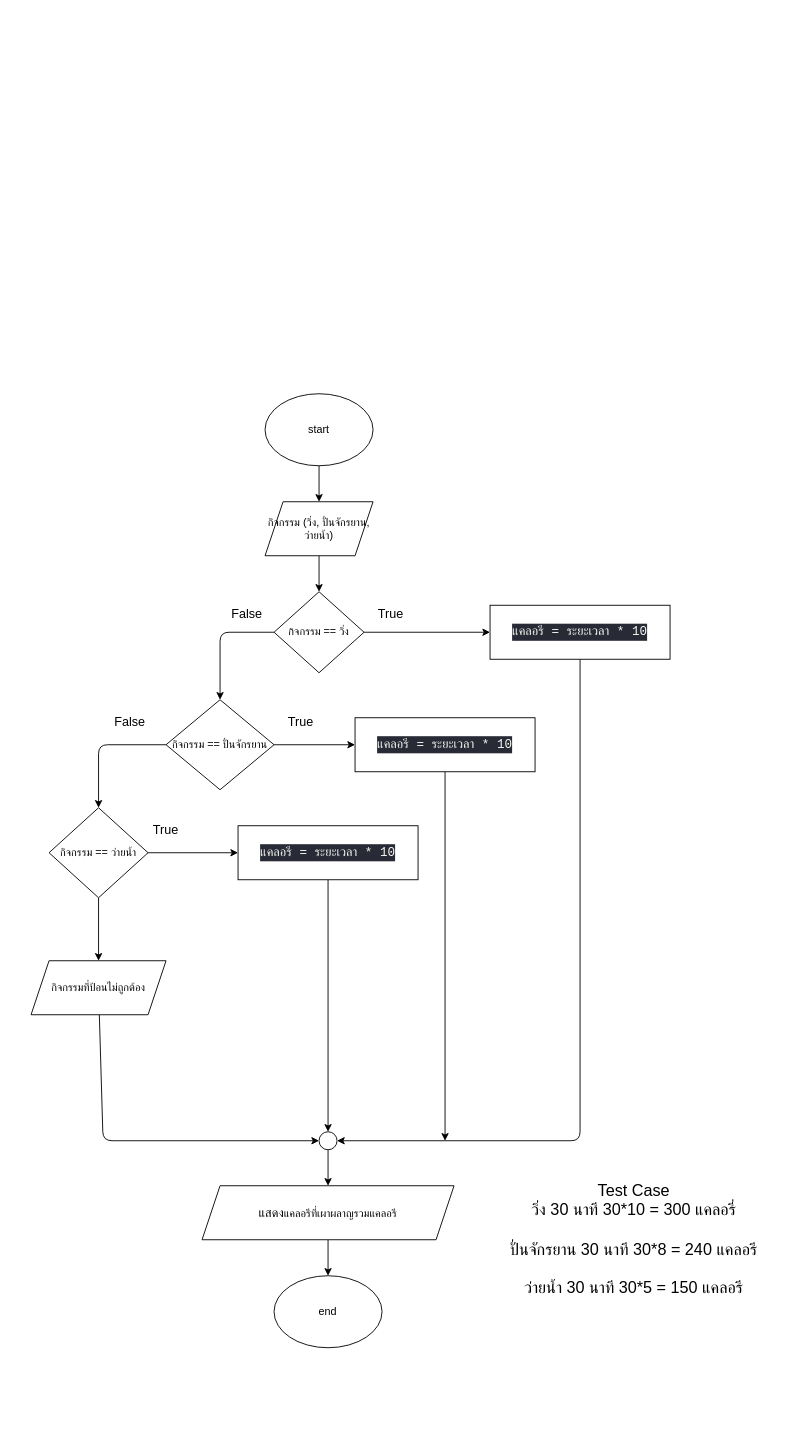
Above: TestSubTest/Test_6406022620070_1.drawio in RawipornS/ProblemSolving (draw.io), before the change. Source tidied: cells renumbered, new cells numbered last; positions are measured from the earlier drawing's top-left corner, leaving out a move shared by most shapes. Both pictures are drawn from the tidied source at 90%, with x=0, y=0 at pixel (31, 393).
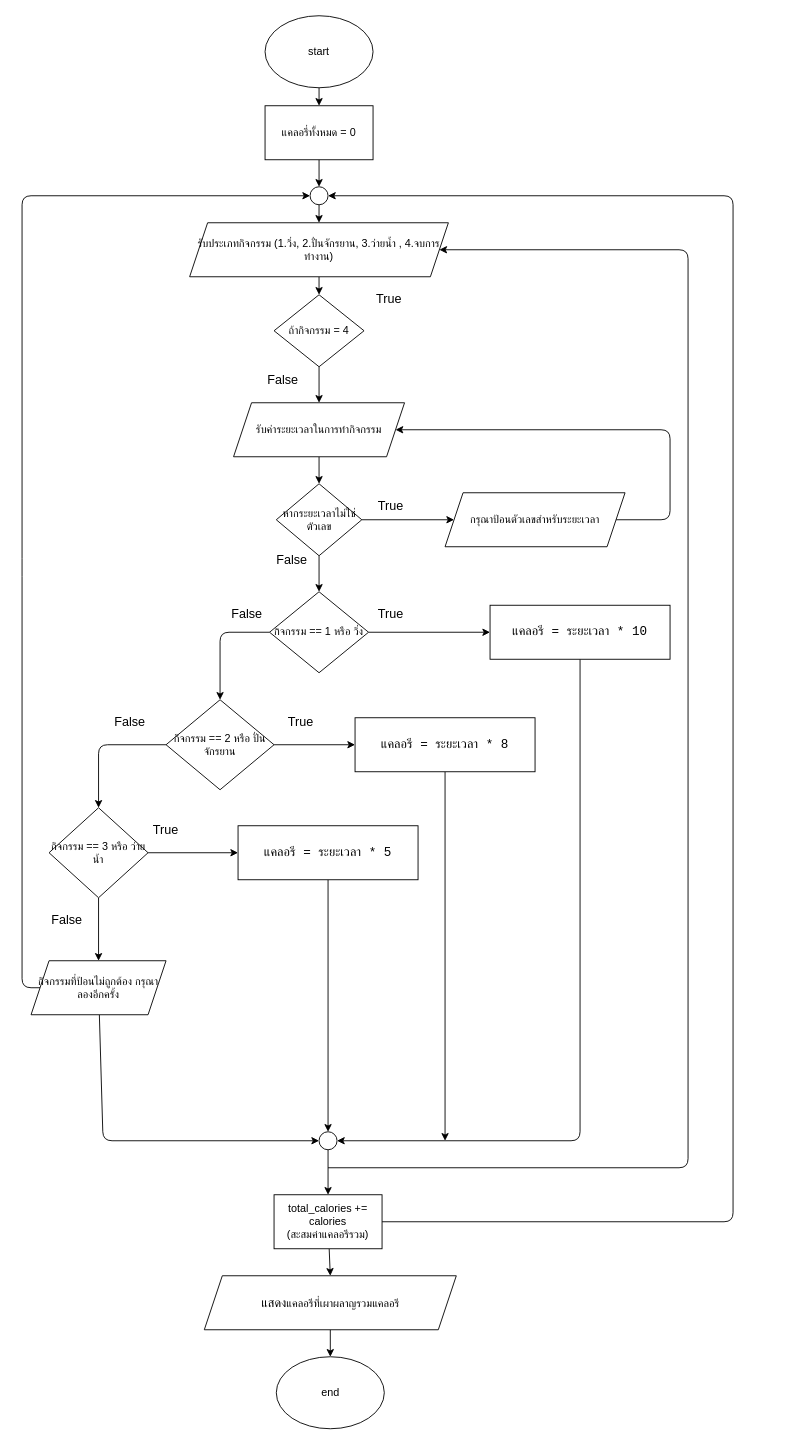
Above is the later version.

The change refers to these unchanged cells:
```xml
<mxCell id="14" style="ellipse;whiteSpace=wrap;html=1;fontSize=14;" parent="1" vertex="1">
  <mxGeometry x="320" y="820" width="20" height="20" as="geometry" />
</mxCell>
```

What changed in the source:
```diff
@@
-    <mxCell id="2" style="edgeStyle=none;html=1;entryX=0.5;entryY=0;entryDx=0;entryDy=0;" parent="1" edge="1" source="3" target="5">
-      <mxGeometry relative="1" as="geometry" />
-    </mxCell>
+    <mxCell id="34" style="edgeStyle=none;html=1;entryX=0.5;entryY=0;entryDx=0;entryDy=0;" parent="1" edge="1" source="3" target="39">
+      <mxGeometry relative="1" as="geometry" />
+    </mxCell>
     <mxCell id="3" value="start" style="ellipse;whiteSpace=wrap;html=1;" parent="1" vertex="1">
-      <mxGeometry x="260" width="120" height="80" as="geometry" />
+      <mxGeometry x="260" y="-420" width="120" height="80" as="geometry" />
     </mxCell>
-    <mxCell id="4" style="edgeStyle=none;html=1;entryX=0.5;entryY=0;entryDx=0;entryDy=0;" parent="1" edge="1" source="5" target="8">
-      <mxGeometry relative="1" as="geometry" />
-    </mxCell>
+    <mxCell id="35" style="edgeStyle=none;html=1;entryX=0.5;entryY=0;entryDx=0;entryDy=0;" parent="1" edge="1" source="5" target="41">
+      <mxGeometry relative="1" as="geometry" />
+    </mxCell>
-    <mxCell id="5" value="กิจกรรม (วิ่ง, ปั่นจักรยาน, ว่ายน้ำ)" style="shape=parallelogram;perimeter=parallelogramPerimeter;whiteSpace=wrap;html=1;fixedSize=1;" parent="1" vertex="1">
-      <mxGeometry x="260" y="120" width="120" height="60" as="geometry" />
+    <mxCell id="5" value="รับประเภทกิจกรรม (1.วิ่ง, 2.ปั่นจักรยาน, 3.ว่ายน้ำ , 4.จบการทำงาน)" style="shape=parallelogram;perimeter=parallelogramPerimeter;whiteSpace=wrap;html=1;fixedSize=1;" parent="1" vertex="1">
+      <mxGeometry x="176.2" y="-190" width="287.5" height="60" as="geometry" />
     </mxCell>
@@
-    <mxCell id="8" value="กิจกรรม == วิ่ง" style="rhombus;whiteSpace=wrap;html=1;" parent="1" vertex="1">
-      <mxGeometry x="270" y="220" width="100" height="90" as="geometry" />
+    <mxCell id="8" value="กิจกรรม ==&amp;nbsp;&lt;span class=&quot;hljs-string&quot;&gt;1&lt;/span&gt;&amp;nbsp;หรือ&amp;nbsp;&lt;span class=&quot;hljs-string&quot;&gt;วิ่ง&lt;/span&gt;" style="rhombus;whiteSpace=wrap;html=1;" parent="1" vertex="1">
+      <mxGeometry x="265" y="220" width="110" height="90" as="geometry" />
     </mxCell>
@@
-    <mxCell id="10" value="&lt;div style=&quot;color: rgb(248, 248, 242); background-color: rgb(40, 42, 54); font-family: Consolas, &amp;quot;Courier New&amp;quot;, monospace; font-size: 14px; line-height: 19px;&quot;&gt;แคลอรี = ระยะเวลา * 10&lt;/div&gt;" style="rounded=0;whiteSpace=wrap;html=1;" parent="1" vertex="1">
+    <mxCell id="10" value="&lt;div style=&quot;font-family: &amp;#34;consolas&amp;#34; , &amp;#34;courier new&amp;#34; , monospace ; font-size: 14px ; line-height: 19px&quot;&gt;&lt;span style=&quot;background-color: rgb(255 , 255 , 255)&quot;&gt;แคลอรี = ระยะเวลา * 10&lt;/span&gt;&lt;/div&gt;" style="rounded=0;whiteSpace=wrap;html=1;" parent="1" vertex="1">
       <mxGeometry x="510" y="235" width="200" height="60" as="geometry" />
     </mxCell>
@@
     <mxCell id="12" value="&lt;font style=&quot;font-size: 14px;&quot;&gt;แสดง&lt;/font&gt;แคลอรีที่เผาผลาญรวมแคลอรี" style="shape=parallelogram;perimeter=parallelogramPerimeter;whiteSpace=wrap;html=1;fixedSize=1;" parent="1" vertex="1">
-      <mxGeometry x="190" y="880" width="280" height="60" as="geometry" />
+      <mxGeometry x="192.5" y="980" width="280" height="60" as="geometry" />
     </mxCell>
-    <mxCell id="13" style="edgeStyle=none;html=1;entryX=0.5;entryY=0;entryDx=0;entryDy=0;fontSize=14;" parent="1" edge="1" source="14" target="12">
-      <mxGeometry relative="1" as="geometry" />
-    </mxCell>
+    <mxCell id="36" style="edgeStyle=none;html=1;entryX=0.5;entryY=0;entryDx=0;entryDy=0;" parent="1" edge="1" source="14" target="57">
+      <mxGeometry relative="1" as="geometry" />
+    </mxCell>
@@
     <mxCell id="15" value="end" style="ellipse;whiteSpace=wrap;html=1;" parent="1" vertex="1">
-      <mxGeometry x="270" y="980" width="120" height="80" as="geometry" />
+      <mxGeometry x="272.5" y="1070" width="120" height="80" as="geometry" />
     </mxCell>
@@
-    <mxCell id="18" value="&lt;font style=&quot;font-size: 18px;&quot;&gt;Test Case&lt;br&gt;วิ่ง 30 นาที 30*10 = 300 แคลอรี่&lt;br&gt;&lt;br&gt;ปั่นจักรยาน 30 นาที 30*8 = 240 แคลอรี&lt;br&gt;&lt;br&gt;ว่ายน้ำ 30 นาที 30*5 = 150 แคลอรี&lt;/font&gt;" style="text;html=1;strokeColor=none;fillColor=none;align=center;verticalAlign=middle;whiteSpace=wrap;rounded=0;fontSize=14;" parent="1" vertex="1">
-      <mxGeometry x="500" y="850" width="340" height="180" as="geometry" />
-    </mxCell>
@@
-    <mxCell id="21" value="กิจกรรม == ปั่นจักรยาน" style="rhombus;whiteSpace=wrap;html=1;" parent="1" vertex="1">
+    <mxCell id="21" value="กิจกรรม ==  2 หรือ ปั่นจักรยาน" style="rhombus;whiteSpace=wrap;html=1;" parent="1" vertex="1">
       <mxGeometry x="150" y="340" width="120" height="100" as="geometry" />
     </mxCell>
@@
-    <mxCell id="23" value="&lt;div style=&quot;color: rgb(248, 248, 242); background-color: rgb(40, 42, 54); font-family: Consolas, &amp;quot;Courier New&amp;quot;, monospace; font-size: 14px; line-height: 19px;&quot;&gt;แคลอรี = ระยะเวลา * 10&lt;/div&gt;" style="rounded=0;whiteSpace=wrap;html=1;" parent="1" vertex="1">
+    <mxCell id="23" value="&lt;div style=&quot;font-family: &amp;quot;consolas&amp;quot; , &amp;quot;courier new&amp;quot; , monospace ; font-size: 14px ; line-height: 19px&quot;&gt;&lt;span style=&quot;background-color: rgb(255 , 255 , 255)&quot;&gt;แคลอรี = ระยะเวลา * 8&lt;/span&gt;&lt;/div&gt;" style="rounded=0;whiteSpace=wrap;html=1;" parent="1" vertex="1">
       <mxGeometry x="360" y="360" width="200" height="60" as="geometry" />
     </mxCell>
@@
-    <mxCell id="25" style="edgeStyle=none;html=1;entryX=0.5;entryY=0;entryDx=0;entryDy=0;" parent="1" edge="1" source="26" target="33">
-      <mxGeometry relative="1" as="geometry" />
+    <mxCell id="25" style="edgeStyle=none;html=1;entryX=0.5;entryY=0;entryDx=0;entryDy=0;" parent="1" edge="1" source="26">
+      <mxGeometry relative="1" as="geometry">
+        <mxPoint x="75" y="630" as="targetPoint" />
+      </mxGeometry>
     </mxCell>
-    <mxCell id="26" value="กิจกรรม == ว่ายน้ำ" style="rhombus;whiteSpace=wrap;html=1;" parent="1" vertex="1">
+    <mxCell id="26" value="กิจกรรม == 3 หรือ ว่ายน้ำ" style="rhombus;whiteSpace=wrap;html=1;" parent="1" vertex="1">
       <mxGeometry x="20" y="460" width="110" height="100" as="geometry" />
     </mxCell>
@@
-    <mxCell id="30" value="&lt;div style=&quot;color: rgb(248, 248, 242); background-color: rgb(40, 42, 54); font-family: Consolas, &amp;quot;Courier New&amp;quot;, monospace; font-size: 14px; line-height: 19px;&quot;&gt;แคลอรี = ระยะเวลา * 10&lt;/div&gt;" style="rounded=0;whiteSpace=wrap;html=1;" parent="1" vertex="1">
+    <mxCell id="30" value="&lt;div style=&quot;font-family: &amp;quot;consolas&amp;quot; , &amp;quot;courier new&amp;quot; , monospace ; font-size: 14px ; line-height: 19px&quot;&gt;&lt;span style=&quot;background-color: rgb(255 , 255 , 255)&quot;&gt;แคลอรี = ระยะเวลา * 5&lt;/span&gt;&lt;/div&gt;" style="rounded=0;whiteSpace=wrap;html=1;" parent="1" vertex="1">
       <mxGeometry x="230" y="480" width="200" height="60" as="geometry" />
     </mxCell>
@@
-    <mxCell id="32" style="edgeStyle=none;html=1;entryX=0;entryY=0.5;entryDx=0;entryDy=0;" parent="1" edge="1" source="33" target="14">
+    <mxCell id="32" style="edgeStyle=none;html=1;entryX=0;entryY=0.5;entryDx=0;entryDy=0;" parent="1" edge="1" target="14">
       <mxGeometry relative="1" as="geometry">
+        <mxPoint x="75.9" y="690" as="sourcePoint" />
         <Array as="points">
           <mxPoint x="80" y="830" />
         </Array>
       </mxGeometry>
     </mxCell>
+    <mxCell id="37" style="edgeStyle=none;html=1;entryX=0;entryY=0.5;entryDx=0;entryDy=0;" parent="1" edge="1" source="33" target="59">
+      <mxGeometry relative="1" as="geometry">
+        <Array as="points">
+          <mxPoint x="-10" y="660" />
+          <mxPoint x="-10" y="193" />
+          <mxPoint x="-10" y="-220" />
+        </Array>
+      </mxGeometry>
+    </mxCell>
-    <mxCell id="33" value="กิจกรรมที่ป้อนไม่ถูกต้อง" style="shape=parallelogram;perimeter=parallelogramPerimeter;whiteSpace=wrap;html=1;fixedSize=1;" parent="1" vertex="1">
+    <mxCell id="33" value="กิจกรรมที่ป้อนไม่ถูกต้อง กรุณาลองอีกครั้ง" style="shape=parallelogram;perimeter=parallelogramPerimeter;whiteSpace=wrap;html=1;fixedSize=1;" parent="1" vertex="1">
       <mxGeometry y="630" width="150" height="60" as="geometry" />
     </mxCell>
+    <mxCell id="38" style="edgeStyle=none;html=1;exitX=0.5;exitY=1;exitDx=0;exitDy=0;entryX=0.5;entryY=0;entryDx=0;entryDy=0;" parent="1" edge="1" source="39" target="59">
+      <mxGeometry relative="1" as="geometry" />
+    </mxCell>
+    <mxCell id="39" value="แคลอรี่ทั้งหมด = 0" style="rounded=0;whiteSpace=wrap;html=1;" parent="1" vertex="1">
+      <mxGeometry x="260" y="-320" width="120" height="60" as="geometry" />
+    </mxCell>
+    <mxCell id="40" style="edgeStyle=none;html=1;entryX=0.5;entryY=0;entryDx=0;entryDy=0;" parent="1" edge="1" source="41" target="45">
+      <mxGeometry relative="1" as="geometry" />
+    </mxCell>
+    <mxCell id="41" value="ถ้ากิจกรรม = 4" style="rhombus;whiteSpace=wrap;html=1;" parent="1" vertex="1">
+      <mxGeometry x="270" y="-110" width="100" height="80" as="geometry" />
+    </mxCell>
+    <mxCell id="42" value="True" style="text;html=1;strokeColor=none;fillColor=none;align=center;verticalAlign=middle;whiteSpace=wrap;rounded=0;fontSize=14;" parent="1" vertex="1">
+      <mxGeometry x="367.5" y="-120" width="60" height="30" as="geometry" />
+    </mxCell>
+    <mxCell id="43" value="False" style="text;html=1;strokeColor=none;fillColor=none;align=center;verticalAlign=middle;whiteSpace=wrap;rounded=0;fontSize=14;" parent="1" vertex="1">
+      <mxGeometry x="250" y="-30" width="60" height="30" as="geometry" />
+    </mxCell>
+    <mxCell id="44" style="edgeStyle=none;html=1;entryX=0.5;entryY=0;entryDx=0;entryDy=0;" parent="1" edge="1" source="45" target="48">
+      <mxGeometry relative="1" as="geometry" />
+    </mxCell>
+    <mxCell id="45" value="รับค่าระยะเวลาในการทำกิจกรรม" style="shape=parallelogram;perimeter=parallelogramPerimeter;whiteSpace=wrap;html=1;fixedSize=1;" parent="1" vertex="1">
+      <mxGeometry x="225" y="10" width="190" height="60" as="geometry" />
+    </mxCell>
+    <mxCell id="46" style="edgeStyle=none;html=1;entryX=0;entryY=0.5;entryDx=0;entryDy=0;" parent="1" edge="1" source="48" target="50">
+      <mxGeometry relative="1" as="geometry" />
+    </mxCell>
+    <mxCell id="47" style="edgeStyle=none;html=1;entryX=0.5;entryY=0;entryDx=0;entryDy=0;" parent="1" edge="1" source="48" target="8">
+      <mxGeometry relative="1" as="geometry" />
+    </mxCell>
+    <mxCell id="48" value="หากระยะเวลาไม่ใช่ตัวเลข" style="rhombus;whiteSpace=wrap;html=1;" parent="1" vertex="1">
+      <mxGeometry x="272.5" y="100" width="95" height="80" as="geometry" />
+    </mxCell>
+    <mxCell id="49" style="edgeStyle=none;html=1;entryX=1;entryY=0.5;entryDx=0;entryDy=0;" parent="1" edge="1" source="50" target="45">
+      <mxGeometry relative="1" as="geometry">
+        <Array as="points">
+          <mxPoint x="710" y="140" />
+          <mxPoint x="710" y="40" />
+        </Array>
+      </mxGeometry>
+    </mxCell>
+    <mxCell id="50" value="กรุณาป้อนตัวเลขสำหรับระยะเวลา" style="shape=parallelogram;perimeter=parallelogramPerimeter;whiteSpace=wrap;html=1;fixedSize=1;" parent="1" vertex="1">
+      <mxGeometry x="460" y="110" width="200" height="60" as="geometry" />
+    </mxCell>
+    <mxCell id="51" value="True" style="text;html=1;strokeColor=none;fillColor=none;align=center;verticalAlign=middle;whiteSpace=wrap;rounded=0;fontSize=14;" parent="1" vertex="1">
+      <mxGeometry x="370" y="110" width="60" height="30" as="geometry" />
+    </mxCell>
+    <mxCell id="52" value="False" style="text;html=1;strokeColor=none;fillColor=none;align=center;verticalAlign=middle;whiteSpace=wrap;rounded=0;fontSize=14;" parent="1" vertex="1">
+      <mxGeometry x="260" y="170" width="60" height="30" as="geometry" />
+    </mxCell>
+    <mxCell id="53" value="False" style="text;html=1;strokeColor=none;fillColor=none;align=center;verticalAlign=middle;whiteSpace=wrap;rounded=0;fontSize=14;" parent="1" vertex="1">
+      <mxGeometry x="10" y="570" width="60" height="30" as="geometry" />
+    </mxCell>
+    <mxCell id="54" style="endArrow=classic;html=1;entryX=1;entryY=0.5;entryDx=0;entryDy=0;" parent="1" edge="1" target="5">
+      <mxGeometry relative="1" as="geometry">
+        <mxPoint x="330" y="860" as="sourcePoint" />
+        <Array as="points">
+          <mxPoint x="730" y="860" />
+          <mxPoint x="730" y="-160" />
+        </Array>
+      </mxGeometry>
+    </mxCell>
+    <mxCell id="55" style="edgeStyle=none;html=1;entryX=0.5;entryY=0;entryDx=0;entryDy=0;" parent="1" edge="1" source="57" target="12">
+      <mxGeometry relative="1" as="geometry" />
+    </mxCell>
+    <mxCell id="56" style="edgeStyle=none;html=1;" parent="1" edge="1" source="57" target="59">
+      <mxGeometry relative="1" as="geometry">
+        <Array as="points">
+          <mxPoint x="780" y="920" />
+          <mxPoint x="780" y="-220" />
+        </Array>
+      </mxGeometry>
+    </mxCell>
+    <mxCell id="57" value="total_calories += calories&lt;br&gt;(สะสมค่าแคลอรีรวม)" style="rounded=0;whiteSpace=wrap;html=1;" parent="1" vertex="1">
+      <mxGeometry x="270" y="890" width="120" height="60" as="geometry" />
+    </mxCell>
+    <mxCell id="58" style="edgeStyle=none;html=1;entryX=0.5;entryY=0;entryDx=0;entryDy=0;" parent="1" edge="1" source="59" target="5">
+      <mxGeometry relative="1" as="geometry" />
+    </mxCell>
+    <mxCell id="59" style="ellipse;whiteSpace=wrap;html=1;" parent="1" vertex="1">
+      <mxGeometry x="310" y="-230" width="20" height="20" as="geometry" />
+    </mxCell>
```
